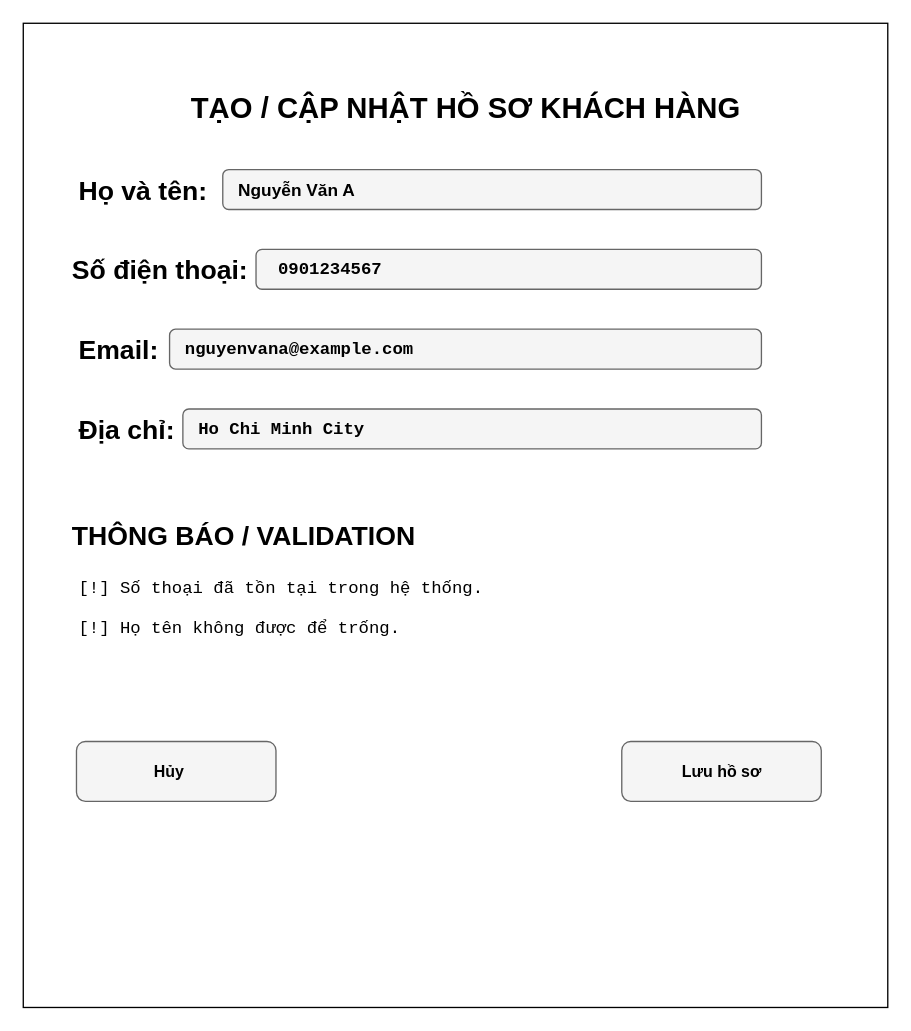
The draw.io diagram page "02-Tao-Cap-nhat-ho-so" (2 of 4) of docs/wireframe.drawio in Thephuong-123/cdtn1-nguyenthephuong-l1, before the edit. Source tidied: cells renumbered, new cells numbered last; positions are measured from the earlier drawing's top-left corner, leaving out a move shared by most shapes. Both pictures are drawn from the tidied source at 133%, with x=0, y=0 at pixel (23, 23).
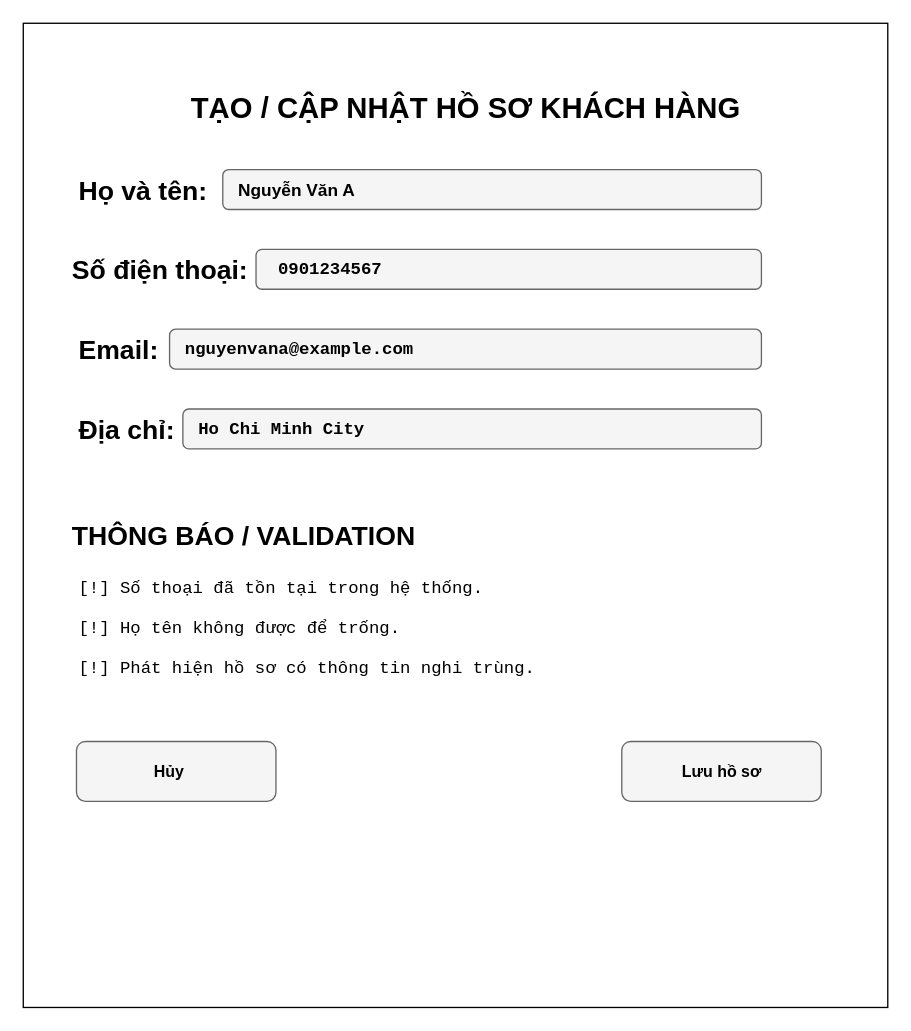
After the change.

Change to the diagram source:
```diff
@@
+    <mxCell id="23" value="&lt;pre dir=&quot;ltr&quot;&gt;[!] Phát hiện hồ sơ có thông tin nghi trùng.&lt;/pre&gt;" style="text;html=1;whiteSpace=wrap;strokeColor=none;fillColor=none;align=left;verticalAlign=middle;rounded=0;fontSize=13;" parent="1" vertex="1">
+      <mxGeometry x="40" y="470" width="292.5" height="30" as="geometry" />
+    </mxCell>
```
